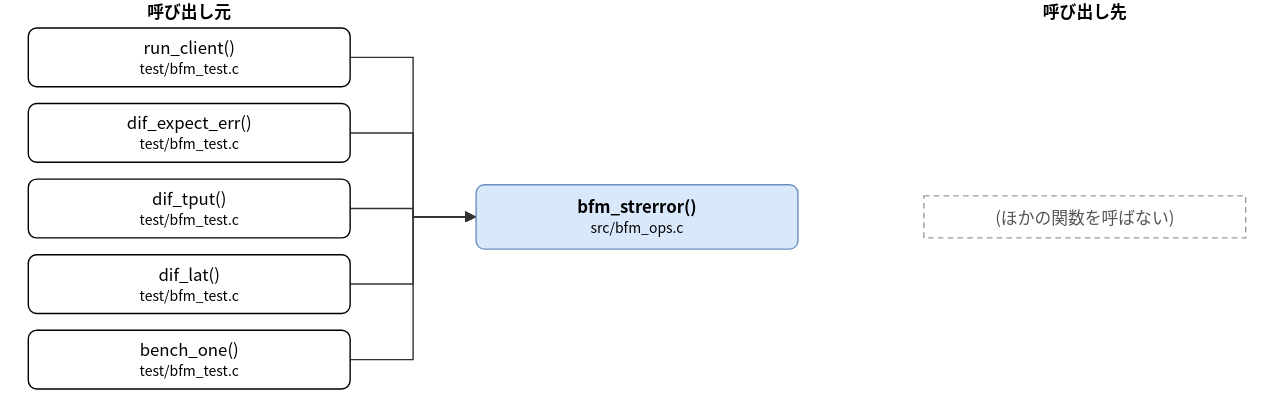
This is doc/spec/images/call_src_bfm_ops-bfm_strerror.drawio.svg from hf355051012-ai/bfmem, a draw.io export, as it was before one commit. Source tidied: cells renumbered, new cells last; positions are measured from the earlier drawing's top-left corner, leaving out a move shared by most shapes.
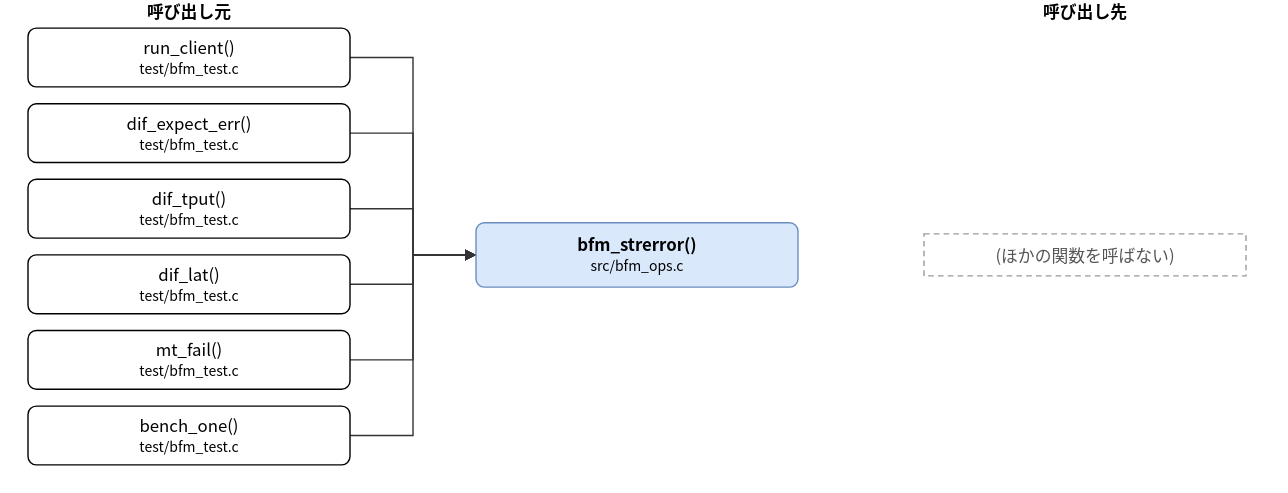
After the commit.

The edit, as a diff of the source:
```diff
@@ -3,7 +3,7 @@
     <mxCell id="0" />
     <mxCell id="1" parent="0" />
     <mxCell id="2" value="bfm_strerror()&lt;br&gt;&lt;font style=&quot;font-size:10px&quot;&gt;src/bfm_ops.c&lt;/font&gt;" style="rounded=1;whiteSpace=wrap;html=1;fillColor=#dae8fc;strokeColor=#6c8ebf;fontStyle=1;" parent="1" vertex="1">
-      <mxGeometry x="320" y="132" width="230" height="46" as="geometry" />
+      <mxGeometry x="320" y="159" width="230" height="46" as="geometry" />
     </mxCell>
     <mxCell id="3" value="run_client()&lt;br&gt;&lt;font style=&quot;font-size:10px&quot;&gt;test/bfm_test.c&lt;/font&gt;" style="rounded=1;whiteSpace=wrap;html=1;" parent="1" vertex="1">
       <mxGeometry y="20" width="230" height="42" as="geometry" />
@@ -17,17 +17,20 @@
     <mxCell id="6" value="dif_lat()&lt;br&gt;&lt;font style=&quot;font-size:10px&quot;&gt;test/bfm_test.c&lt;/font&gt;" style="rounded=1;whiteSpace=wrap;html=1;" parent="1" vertex="1">
       <mxGeometry y="182" width="230" height="42" as="geometry" />
     </mxCell>
-    <mxCell id="7" value="bench_one()&lt;br&gt;&lt;font style=&quot;font-size:10px&quot;&gt;test/bfm_test.c&lt;/font&gt;" style="rounded=1;whiteSpace=wrap;html=1;" parent="1" vertex="1">
+    <mxCell id="7" value="mt_fail()&lt;br&gt;&lt;font style=&quot;font-size:10px&quot;&gt;test/bfm_test.c&lt;/font&gt;" style="rounded=1;whiteSpace=wrap;html=1;" parent="1" vertex="1">
       <mxGeometry y="236" width="230" height="42" as="geometry" />
     </mxCell>
+    <mxCell id="16" value="bench_one()&lt;br&gt;&lt;font style=&quot;font-size:10px&quot;&gt;test/bfm_test.c&lt;/font&gt;" style="rounded=1;whiteSpace=wrap;html=1;" parent="1" vertex="1">
+      <mxGeometry y="290" width="230" height="42" as="geometry" />
+    </mxCell>
     <mxCell id="8" value="(ほかの関数を呼ばない)" style="rounded=0;whiteSpace=wrap;html=1;dashed=1;strokeColor=#999999;fontColor=#555555;dashed=1;" parent="1" vertex="1">
-      <mxGeometry x="640" y="140" width="230" height="30" as="geometry" />
+      <mxGeometry x="640" y="167" width="230" height="30" as="geometry" />
     </mxCell>
     <mxCell id="9" style="edgeStyle=none;html=1;rounded=0;endArrow=block;endFill=1;exitX=1.0000;exitY=0.5000;exitDx=0;exitDy=0;exitPerimeter=0;entryX=0.0000;entryY=0.5000;entryDx=0;entryDy=0;entryPerimeter=0;" parent="1" edge="1" source="3" target="2">
       <mxGeometry relative="1" as="geometry">
         <Array as="points">
           <mxPoint x="275" y="41" />
-          <mxPoint x="275" y="155" />
+          <mxPoint x="275" y="182" />
         </Array>
       </mxGeometry>
     </mxCell>
@@ -35,7 +38,7 @@
       <mxGeometry relative="1" as="geometry">
         <Array as="points">
           <mxPoint x="275" y="95" />
-          <mxPoint x="275" y="155" />
+          <mxPoint x="275" y="182" />
         </Array>
       </mxGeometry>
     </mxCell>
@@ -43,7 +46,7 @@
       <mxGeometry relative="1" as="geometry">
         <Array as="points">
           <mxPoint x="275" y="149" />
-          <mxPoint x="275" y="155" />
+          <mxPoint x="275" y="182" />
         </Array>
       </mxGeometry>
     </mxCell>
@@ -51,7 +54,7 @@
       <mxGeometry relative="1" as="geometry">
         <Array as="points">
           <mxPoint x="275" y="203" />
-          <mxPoint x="275" y="155" />
+          <mxPoint x="275" y="182" />
         </Array>
       </mxGeometry>
     </mxCell>
@@ -59,10 +62,18 @@
       <mxGeometry relative="1" as="geometry">
         <Array as="points">
           <mxPoint x="275" y="257" />
-          <mxPoint x="275" y="155" />
+          <mxPoint x="275" y="182" />
         </Array>
       </mxGeometry>
     </mxCell>
+    <mxCell id="17" style="edgeStyle=none;html=1;rounded=0;endArrow=block;endFill=1;exitX=1.0000;exitY=0.5000;exitDx=0;exitDy=0;exitPerimeter=0;entryX=0.0000;entryY=0.5000;entryDx=0;entryDy=0;entryPerimeter=0;" parent="1" edge="1" source="16" target="2">
+      <mxGeometry relative="1" as="geometry">
+        <Array as="points">
+          <mxPoint x="275" y="311" />
+          <mxPoint x="275" y="182" />
+        </Array>
+      </mxGeometry>
+    </mxCell>
     <mxCell id="14" value="呼び出し元" style="text;html=1;align=center;fontStyle=1;" parent="1" vertex="1">
       <mxGeometry x="35" width="160" height="18" as="geometry" />
     </mxCell>
```
